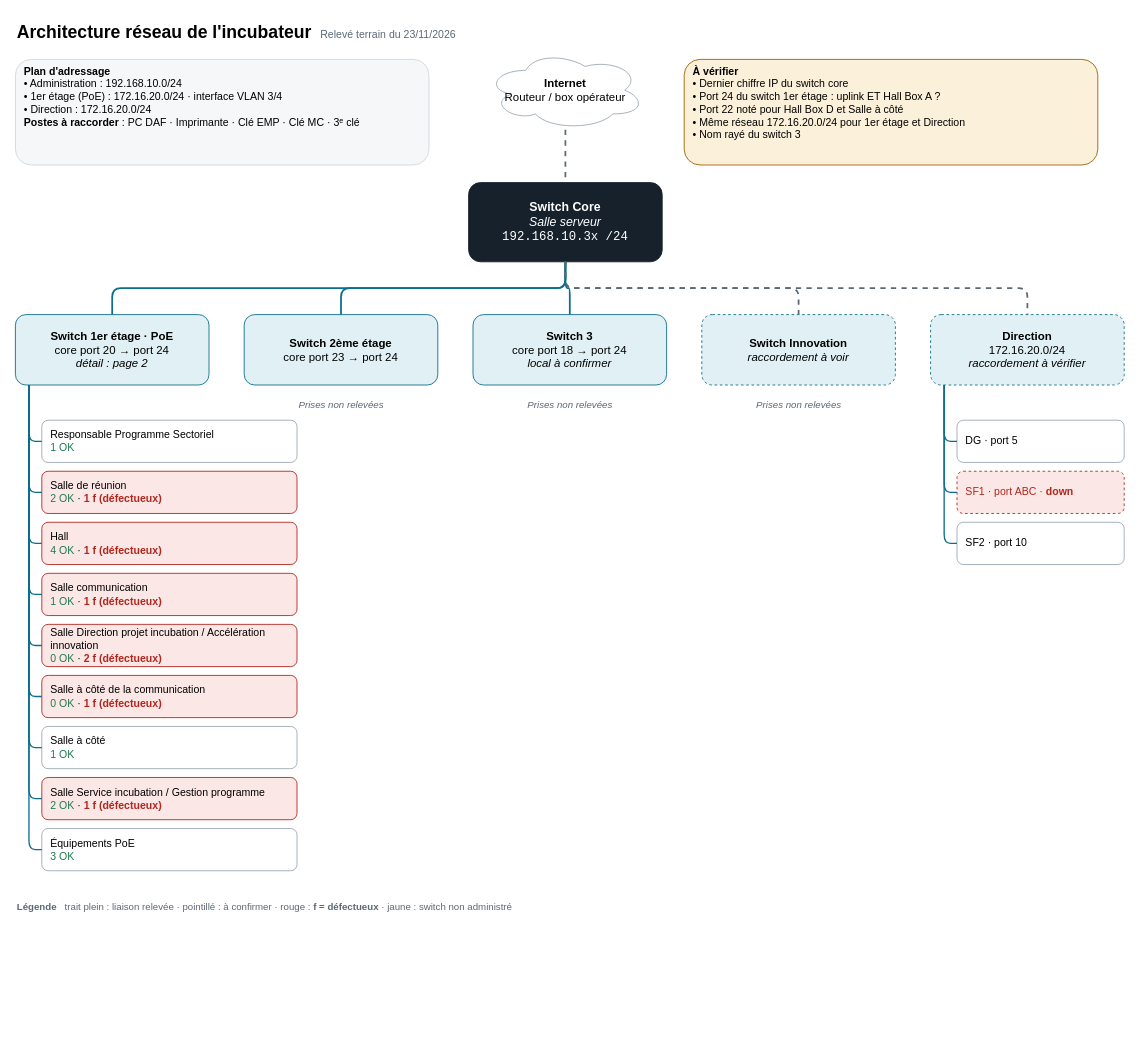
obssieh-hash/uediaefgzeaf-egferzufgezifzehu- keeps this draw.io diagram as page "1 - Vue d'ensemble" (1 of 3) of docs/architecture-reseau/architecture-reseau.drawio. Above is the earlier version. Source tidied: cells renumbered, new cells numbered last; positions are measured from the earlier drawing's top-left corner, leaving out a move shared by most shapes. Both pictures are drawn from the tidied source at 88%, with x=0, y=0 at pixel (15, 15).
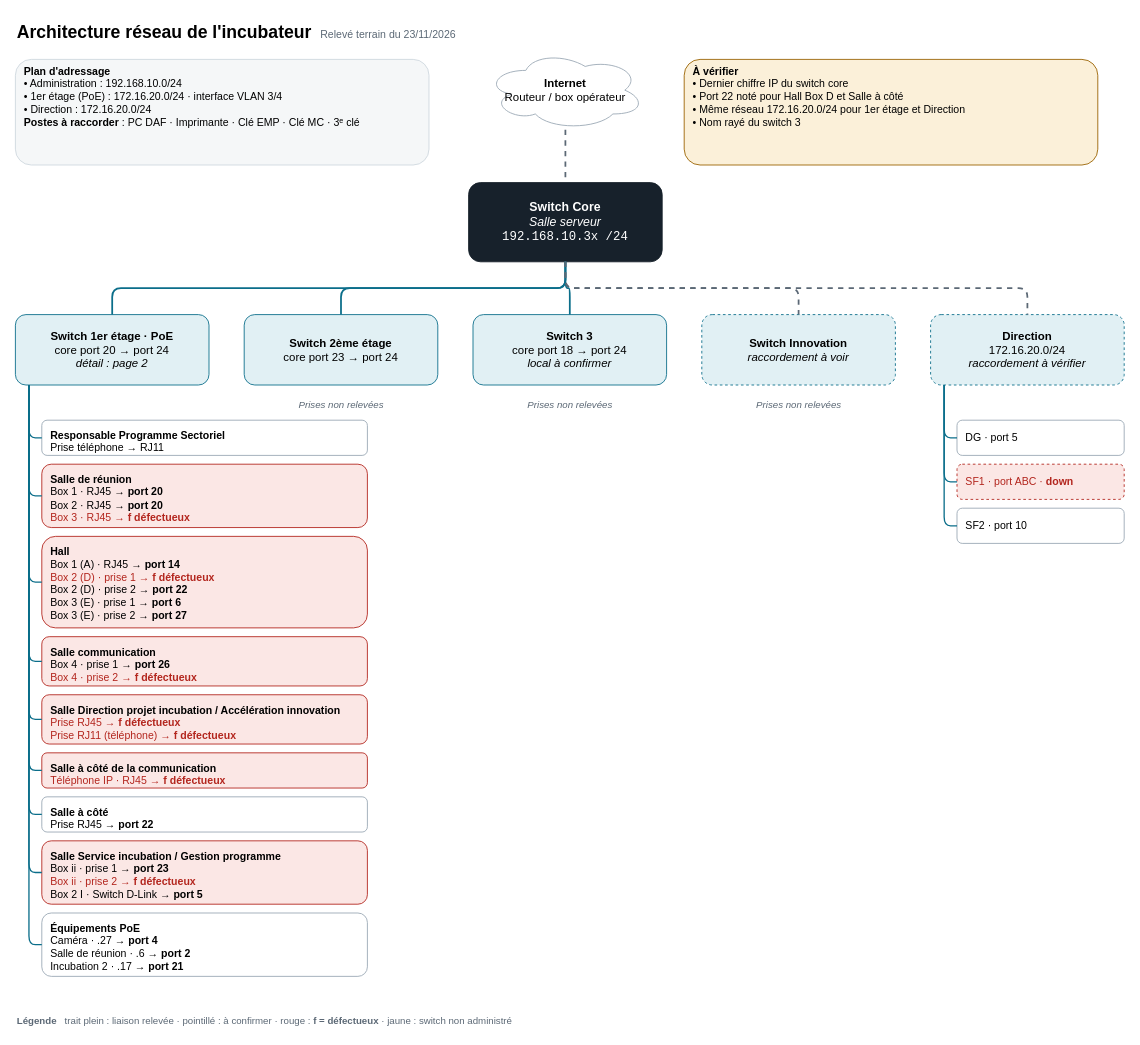
The same diagram, later.

Commit message (it also covers changes not shown here):
Show switch port on each box; Hall Box 1 on port 14

Claude-Session: https://claude.ai/code/session_01F2rKLbVqMneLCpJ3bEKdsS

What changed in the source:
```diff
@@
-    <mxCell id="4" value="&lt;b&gt;À vérifier&lt;/b&gt;&lt;br&gt;• Dernier chiffre IP du switch core&lt;br&gt;• Port 24 du switch 1er étage : uplink ET Hall Box A ?&lt;br&gt;• Port 22 noté pour Hall Box D et Salle à côté&lt;br&gt;• Même réseau 172.16.20.0/24 pour 1er étage et Direction&lt;br&gt;• Nom rayé du switch 3" style="rounded=1;whiteSpace=wrap;html=1;fillColor=#FBF0D9;strokeColor=#9A6200;fontSize=12;align=left;spacingLeft=8;verticalAlign=top;" parent="1" vertex="1">
+    <mxCell id="4" value="&lt;b&gt;À vérifier&lt;/b&gt;&lt;br&gt;• Dernier chiffre IP du switch core&lt;br&gt;• Port 22 noté pour Hall Box D et Salle à côté&lt;br&gt;• Même réseau 172.16.20.0/24 pour 1er étage et Direction&lt;br&gt;• Nom rayé du switch 3" style="rounded=1;whiteSpace=wrap;html=1;fillColor=#FBF0D9;strokeColor=#9A6200;fontSize=12;align=left;spacingLeft=8;verticalAlign=top;" parent="1" vertex="1">
       <mxGeometry x="760" y="50" width="470" height="120" as="geometry" />
     </mxCell>
@@
-    <mxCell id="10" value="Responsable Programme Sectoriel&lt;br&gt;&lt;span style='color:#1F7A4D'&gt;1 OK&lt;/span&gt;" style="rounded=1;whiteSpace=wrap;html=1;fillColor=#FFFFFF;strokeColor=#9AA8B4;fontSize=12;align=left;spacingLeft=8;" parent="1" vertex="1">
-      <mxGeometry x="30" y="460" width="290" height="48" as="geometry" />
+    <mxCell id="10" value="&lt;b&gt;Responsable Programme Sectoriel&lt;/b&gt;&lt;br&gt;Prise téléphone → RJ11" style="rounded=1;whiteSpace=wrap;html=1;fillColor=#FFFFFF;strokeColor=#9AA8B4;fontSize=12;align=left;spacingLeft=8;verticalAlign=top;spacingTop=4;" parent="1" vertex="1">
+      <mxGeometry x="30" y="460" width="370" height="40" as="geometry" />
     </mxCell>
@@
-    <mxCell id="12" value="Salle de réunion&lt;br&gt;&lt;span style='color:#1F7A4D'&gt;2 OK&lt;/span&gt; · &lt;span style='color:#B3261E'&gt;&lt;b&gt;1 f (défectueux)&lt;/b&gt;&lt;/span&gt;" style="rounded=1;whiteSpace=wrap;html=1;fillColor=#FBE7E5;strokeColor=#B3261E;fontSize=12;align=left;spacingLeft=8;" parent="1" vertex="1">
-      <mxGeometry x="30" y="518" width="290" height="48" as="geometry" />
+    <mxCell id="12" value="&lt;b&gt;Salle de réunion&lt;/b&gt;&lt;br&gt;Box 1 · RJ45 → &lt;b&gt;port 20&lt;/b&gt;&lt;br&gt;Box 2 · RJ45 → &lt;b&gt;port 20&lt;/b&gt;&lt;br&gt;&lt;span style='color:#B3261E'&gt;Box 3 · RJ45 → &lt;b&gt;f défectueux&lt;/b&gt;&lt;/span&gt;" style="rounded=1;whiteSpace=wrap;html=1;fillColor=#FBE7E5;strokeColor=#B3261E;fontSize=12;align=left;spacingLeft=8;verticalAlign=top;spacingTop=4;" parent="1" vertex="1">
+      <mxGeometry x="30" y="510" width="370" height="72" as="geometry" />
     </mxCell>
@@
-    <mxCell id="14" value="Hall&lt;br&gt;&lt;span style='color:#1F7A4D'&gt;4 OK&lt;/span&gt; · &lt;span style='color:#B3261E'&gt;&lt;b&gt;1 f (défectueux)&lt;/b&gt;&lt;/span&gt;" style="rounded=1;whiteSpace=wrap;html=1;fillColor=#FBE7E5;strokeColor=#B3261E;fontSize=12;align=left;spacingLeft=8;" parent="1" vertex="1">
-      <mxGeometry x="30" y="576" width="290" height="48" as="geometry" />
+    <mxCell id="14" value="&lt;b&gt;Hall&lt;/b&gt;&lt;br&gt;Box 1 (A) · RJ45 → &lt;b&gt;port 14&lt;/b&gt;&lt;br&gt;&lt;span style='color:#B3261E'&gt;Box 2 (D) · prise 1 → &lt;b&gt;f défectueux&lt;/b&gt;&lt;/span&gt;&lt;br&gt;Box 2 (D) · prise 2 → &lt;b&gt;port 22&lt;/b&gt;&lt;br&gt;Box 3 (E) · prise 1 → &lt;b&gt;port 6&lt;/b&gt;&lt;br&gt;Box 3 (E) · prise 2 → &lt;b&gt;port 27&lt;/b&gt;" style="rounded=1;whiteSpace=wrap;html=1;fillColor=#FBE7E5;strokeColor=#B3261E;fontSize=12;align=left;spacingLeft=8;verticalAlign=top;spacingTop=4;" parent="1" vertex="1">
+      <mxGeometry x="30" y="592" width="370" height="104" as="geometry" />
     </mxCell>
@@
-    <mxCell id="16" value="Salle communication&lt;br&gt;&lt;span style='color:#1F7A4D'&gt;1 OK&lt;/span&gt; · &lt;span style='color:#B3261E'&gt;&lt;b&gt;1 f (défectueux)&lt;/b&gt;&lt;/span&gt;" style="rounded=1;whiteSpace=wrap;html=1;fillColor=#FBE7E5;strokeColor=#B3261E;fontSize=12;align=left;spacingLeft=8;" parent="1" vertex="1">
-      <mxGeometry x="30" y="634" width="290" height="48" as="geometry" />
+    <mxCell id="16" value="&lt;b&gt;Salle communication&lt;/b&gt;&lt;br&gt;Box 4 · prise 1 → &lt;b&gt;port 26&lt;/b&gt;&lt;br&gt;&lt;span style='color:#B3261E'&gt;Box 4 · prise 2 → &lt;b&gt;f défectueux&lt;/b&gt;&lt;/span&gt;" style="rounded=1;whiteSpace=wrap;html=1;fillColor=#FBE7E5;strokeColor=#B3261E;fontSize=12;align=left;spacingLeft=8;verticalAlign=top;spacingTop=4;" parent="1" vertex="1">
+      <mxGeometry x="30" y="706" width="370" height="56" as="geometry" />
     </mxCell>
@@
-    <mxCell id="18" value="Salle Direction projet incubation / Accélération innovation&lt;br&gt;&lt;span style='color:#1F7A4D'&gt;0 OK&lt;/span&gt; · &lt;span style='color:#B3261E'&gt;&lt;b&gt;2 f (défectueux)&lt;/b&gt;&lt;/span&gt;" style="rounded=1;whiteSpace=wrap;html=1;fillColor=#FBE7E5;strokeColor=#B3261E;fontSize=12;align=left;spacingLeft=8;" parent="1" vertex="1">
-      <mxGeometry x="30" y="692" width="290" height="48" as="geometry" />
+    <mxCell id="18" value="&lt;b&gt;Salle Direction projet incubation / Accélération innovation&lt;/b&gt;&lt;br&gt;&lt;span style='color:#B3261E'&gt;Prise RJ45 → &lt;b&gt;f défectueux&lt;/b&gt;&lt;/span&gt;&lt;br&gt;&lt;span style='color:#B3261E'&gt;Prise RJ11 (téléphone) → &lt;b&gt;f défectueux&lt;/b&gt;&lt;/span&gt;" style="rounded=1;whiteSpace=wrap;html=1;fillColor=#FBE7E5;strokeColor=#B3261E;fontSize=12;align=left;spacingLeft=8;verticalAlign=top;spacingTop=4;" parent="1" vertex="1">
+      <mxGeometry x="30" y="772" width="370" height="56" as="geometry" />
     </mxCell>
@@
-    <mxCell id="20" value="Salle à côté de la communication&lt;br&gt;&lt;span style='color:#1F7A4D'&gt;0 OK&lt;/span&gt; · &lt;span style='color:#B3261E'&gt;&lt;b&gt;1 f (défectueux)&lt;/b&gt;&lt;/span&gt;" style="rounded=1;whiteSpace=wrap;html=1;fillColor=#FBE7E5;strokeColor=#B3261E;fontSize=12;align=left;spacingLeft=8;" parent="1" vertex="1">
-      <mxGeometry x="30" y="750" width="290" height="48" as="geometry" />
+    <mxCell id="20" value="&lt;b&gt;Salle à côté de la communication&lt;/b&gt;&lt;br&gt;&lt;span style='color:#B3261E'&gt;Téléphone IP · RJ45 → &lt;b&gt;f défectueux&lt;/b&gt;&lt;/span&gt;" style="rounded=1;whiteSpace=wrap;html=1;fillColor=#FBE7E5;strokeColor=#B3261E;fontSize=12;align=left;spacingLeft=8;verticalAlign=top;spacingTop=4;" parent="1" vertex="1">
+      <mxGeometry x="30" y="838" width="370" height="40" as="geometry" />
     </mxCell>
@@
-    <mxCell id="22" value="Salle à côté&lt;br&gt;&lt;span style='color:#1F7A4D'&gt;1 OK&lt;/span&gt;" style="rounded=1;whiteSpace=wrap;html=1;fillColor=#FFFFFF;strokeColor=#9AA8B4;fontSize=12;align=left;spacingLeft=8;" parent="1" vertex="1">
-      <mxGeometry x="30" y="808" width="290" height="48" as="geometry" />
+    <mxCell id="22" value="&lt;b&gt;Salle à côté&lt;/b&gt;&lt;br&gt;Prise RJ45 → &lt;b&gt;port 22&lt;/b&gt;" style="rounded=1;whiteSpace=wrap;html=1;fillColor=#FFFFFF;strokeColor=#9AA8B4;fontSize=12;align=left;spacingLeft=8;verticalAlign=top;spacingTop=4;" parent="1" vertex="1">
+      <mxGeometry x="30" y="888" width="370" height="40" as="geometry" />
     </mxCell>
@@
-    <mxCell id="24" value="Salle Service incubation / Gestion programme&lt;br&gt;&lt;span style='color:#1F7A4D'&gt;2 OK&lt;/span&gt; · &lt;span style='color:#B3261E'&gt;&lt;b&gt;1 f (défectueux)&lt;/b&gt;&lt;/span&gt;" style="rounded=1;whiteSpace=wrap;html=1;fillColor=#FBE7E5;strokeColor=#B3261E;fontSize=12;align=left;spacingLeft=8;" parent="1" vertex="1">
-      <mxGeometry x="30" y="866" width="290" height="48" as="geometry" />
+    <mxCell id="24" value="&lt;b&gt;Salle Service incubation / Gestion programme&lt;/b&gt;&lt;br&gt;Box ii · prise 1 → &lt;b&gt;port 23&lt;/b&gt;&lt;br&gt;&lt;span style='color:#B3261E'&gt;Box ii · prise 2 → &lt;b&gt;f défectueux&lt;/b&gt;&lt;/span&gt;&lt;br&gt;Box 2 I · Switch D-Link → &lt;b&gt;port 5&lt;/b&gt;" style="rounded=1;whiteSpace=wrap;html=1;fillColor=#FBE7E5;strokeColor=#B3261E;fontSize=12;align=left;spacingLeft=8;verticalAlign=top;spacingTop=4;" parent="1" vertex="1">
+      <mxGeometry x="30" y="938" width="370" height="72" as="geometry" />
     </mxCell>
@@
-    <mxCell id="26" value="Équipements PoE&lt;br&gt;&lt;span style='color:#1F7A4D'&gt;3 OK&lt;/span&gt;" style="rounded=1;whiteSpace=wrap;html=1;fillColor=#FFFFFF;strokeColor=#9AA8B4;fontSize=12;align=left;spacingLeft=8;" parent="1" vertex="1">
-      <mxGeometry x="30" y="924" width="290" height="48" as="geometry" />
+    <mxCell id="26" value="&lt;b&gt;Équipements PoE&lt;/b&gt;&lt;br&gt;Caméra · .27 → &lt;b&gt;port 4&lt;/b&gt;&lt;br&gt;Salle de réunion · .6 → &lt;b&gt;port 2&lt;/b&gt;&lt;br&gt;Incubation 2 · .17 → &lt;b&gt;port 21&lt;/b&gt;" style="rounded=1;whiteSpace=wrap;html=1;fillColor=#FFFFFF;strokeColor=#9AA8B4;fontSize=12;align=left;spacingLeft=8;verticalAlign=top;spacingTop=4;" parent="1" vertex="1">
+      <mxGeometry x="30" y="1020" width="370" height="72" as="geometry" />
     </mxCell>
@@
     <mxCell id="39" value="DG · port 5" style="rounded=1;whiteSpace=wrap;html=1;fillColor=#FFFFFF;strokeColor=#9AA8B4;fontSize=12;align=left;spacingLeft=8;" parent="1" vertex="1">
-      <mxGeometry x="1070" y="460" width="190" height="48" as="geometry" />
+      <mxGeometry x="1070" y="460" width="190" height="40" as="geometry" />
     </mxCell>
@@
     <mxCell id="41" value="SF1 · port ABC · &lt;b&gt;down&lt;/b&gt;" style="rounded=1;whiteSpace=wrap;html=1;fillColor=#FBE7E5;strokeColor=#B3261E;fontColor=#B3261E;fontSize=12;align=left;spacingLeft=8;dashed=1;" parent="1" vertex="1">
-      <mxGeometry x="1070" y="518" width="190" height="48" as="geometry" />
+      <mxGeometry x="1070" y="510" width="190" height="40" as="geometry" />
     </mxCell>
@@
     <mxCell id="43" value="SF2 · port 10" style="rounded=1;whiteSpace=wrap;html=1;fillColor=#FFFFFF;strokeColor=#9AA8B4;fontSize=12;align=left;spacingLeft=8;" parent="1" vertex="1">
-      <mxGeometry x="1070" y="576" width="190" height="48" as="geometry" />
+      <mxGeometry x="1070" y="560" width="190" height="40" as="geometry" />
     </mxCell>
@@
     <mxCell id="45" value="&lt;b&gt;Légende&lt;/b&gt; &amp;nbsp; trait plein : liaison relevée · pointillé : à confirmer · rouge : &lt;b&gt;f = défectueux&lt;/b&gt; · jaune : switch non administré" style="text;html=1;align=left;fontSize=11;fontColor=#5B6875;" parent="1" vertex="1">
-      <mxGeometry y="1000" width="900" height="24" as="geometry" />
+      <mxGeometry y="1130" width="900" height="24" as="geometry" />
     </mxCell>
```
